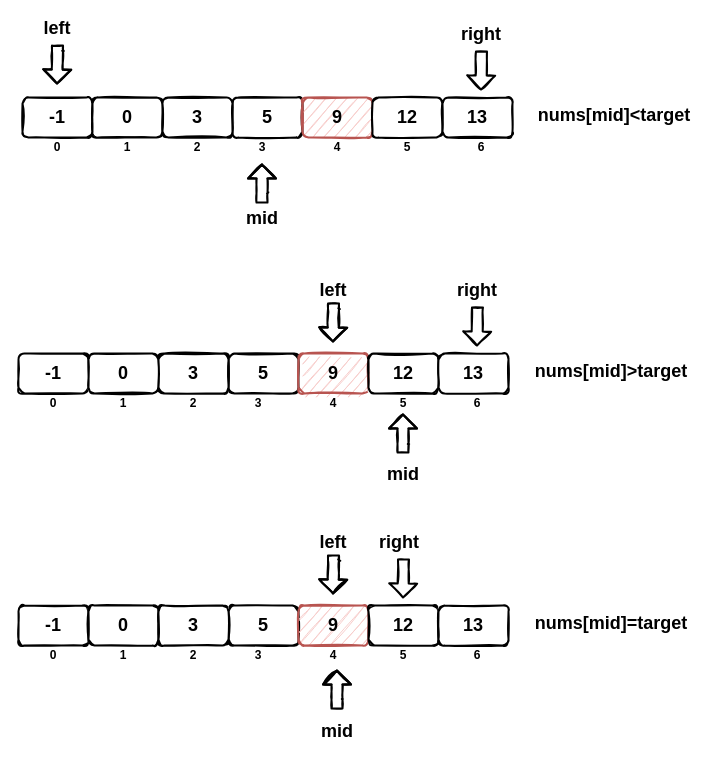
Above: 二分查找.drawio in Dululu-xy/DrawioProject (draw.io), before the change. Source tidied: cells renumbered, new cells numbered last; positions are measured from the earlier drawing's top-left corner, leaving out a move shared by most shapes. Both pictures are drawn from the tidied source at 100%, with x=0, y=0 at pixel (18, 18).
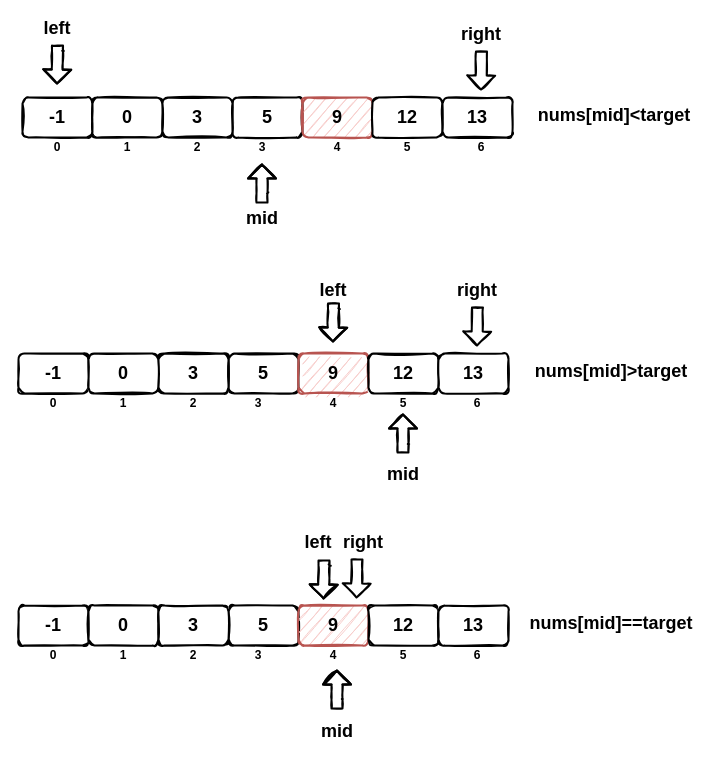
After the change.

What changed in the source:
```diff
@@
     <mxCell id="59" style="shape=flexArrow;endArrow=classic;html=1;strokeWidth=2;sketch=1;endWidth=15;endSize=3.99;" parent="1" edge="1">
       <mxGeometry relative="1" as="geometry">
-        <mxPoint x="315" y="536" as="sourcePoint" />
-        <mxPoint x="314.5" y="576" as="targetPoint" />
+        <mxPoint x="305.5" y="541" as="sourcePoint" />
+        <mxPoint x="305" y="581" as="targetPoint" />
         <Array as="points">
-          <mxPoint x="315" y="542" />
+          <mxPoint x="305.5" y="547" />
         </Array>
       </mxGeometry>
     </mxCell>
     <mxCell id="60" style="shape=flexArrow;endArrow=classic;html=1;strokeWidth=2;sketch=1;endWidth=15;endSize=3.99;" parent="1" edge="1">
       <mxGeometry relative="1" as="geometry">
-        <mxPoint x="385" y="540" as="sourcePoint" />
-        <mxPoint x="384.5" y="580" as="targetPoint" />
+        <mxPoint x="338.5" y="540" as="sourcePoint" />
+        <mxPoint x="338" y="580" as="targetPoint" />
       </mxGeometry>
     </mxCell>
@@
     <mxCell id="62" value="&lt;b&gt;&lt;font style=&quot;font-size: 18px&quot;&gt;left&lt;/font&gt;&lt;/b&gt;" style="text;html=1;strokeColor=none;fillColor=none;align=center;verticalAlign=middle;whiteSpace=wrap;rounded=0;sketch=1;" parent="1" vertex="1">
-      <mxGeometry x="295" y="514" width="40" height="20" as="geometry" />
+      <mxGeometry x="280" y="514" width="40" height="20" as="geometry" />
     </mxCell>
     <mxCell id="63" value="&lt;b&gt;&lt;font style=&quot;font-size: 18px&quot;&gt;right&lt;/font&gt;&lt;/b&gt;" style="text;html=1;strokeColor=none;fillColor=none;align=center;verticalAlign=middle;whiteSpace=wrap;rounded=0;sketch=1;" parent="1" vertex="1">
-      <mxGeometry x="361" y="514" width="40" height="20" as="geometry" />
+      <mxGeometry x="325" y="514" width="40" height="20" as="geometry" />
     </mxCell>
@@
-    <mxCell id="71" value="&lt;span style=&quot;font-size: 18px&quot;&gt;&lt;b&gt;nums[mid]=target&lt;/b&gt;&lt;/span&gt;" style="text;html=1;strokeColor=none;fillColor=none;align=center;verticalAlign=middle;whiteSpace=wrap;rounded=0;sketch=1;" parent="1" vertex="1">
+    <mxCell id="71" value="&lt;span style=&quot;font-size: 18px&quot;&gt;&lt;b&gt;nums[mid]==target&lt;/b&gt;&lt;/span&gt;" style="text;html=1;strokeColor=none;fillColor=none;align=center;verticalAlign=middle;whiteSpace=wrap;rounded=0;sketch=1;" parent="1" vertex="1">
       <mxGeometry x="505" y="590" width="176" height="29" as="geometry" />
     </mxCell>
```
